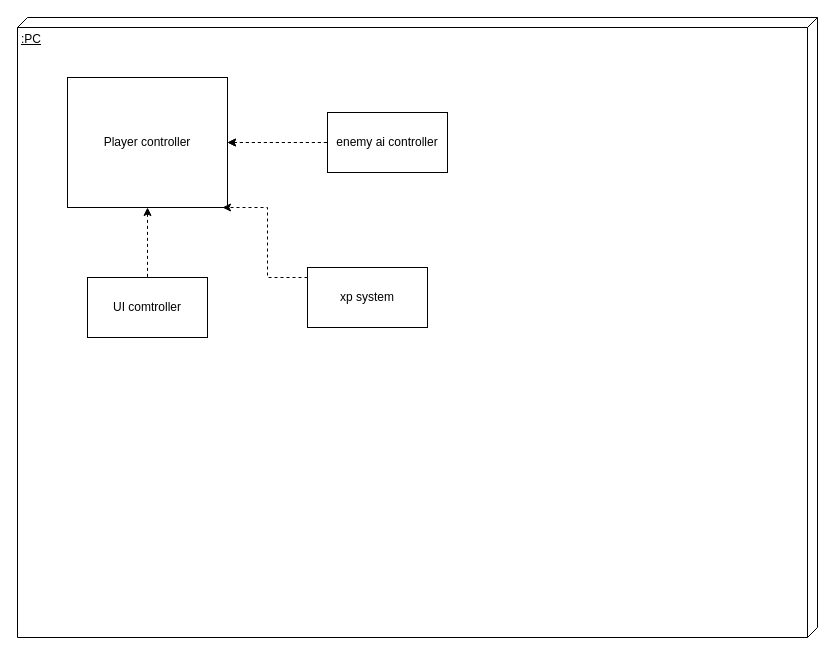
Earlier version of the draw.io diagram Documentation files/deploy diagram real.drawio (Ulibomber1/Middlespace-Survivor). Source tidied: cells renumbered, new cells numbered last; positions are measured from the earlier drawing's top-left corner, leaving out a move shared by most shapes. Both pictures are drawn from the tidied source at 100%, with x=0, y=0 at pixel (17, 17).
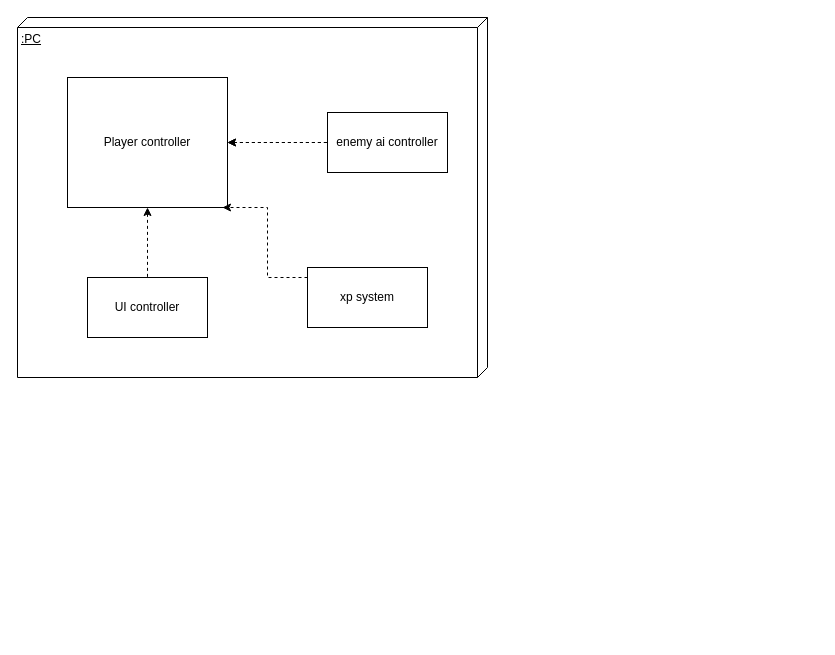
After the change.

What changed in the source:
```diff
@@
 <mxGraphModel>
   <root>
     <mxCell id="0" />
     <mxCell id="1" parent="0" />
     <mxCell id="2" value=":PC" style="verticalAlign=top;align=left;spacingTop=8;spacingLeft=2;spacingRight=12;shape=cube;size=10;direction=south;fontStyle=4;html=1;" parent="1" vertex="1">
-      <mxGeometry width="800" height="620" as="geometry" />
+      <mxGeometry width="470" height="360" as="geometry" />
     </mxCell>
     <mxCell id="3" style="edgeStyle=orthogonalEdgeStyle;rounded=0;jettySize=auto;html=1;startArrow=classic;startFill=1;endArrow=none;endFill=0;dashed=1;" parent="1" edge="1" source="6" target="7">
       <mxGeometry relative="1" as="geometry" />
     </mxCell>
     <mxCell id="4" style="edgeStyle=orthogonalEdgeStyle;rounded=0;jettySize=auto;html=1;dashed=1;startArrow=classic;startFill=1;endArrow=none;endFill=0;" parent="1" edge="1" source="6" target="8">
       <mxGeometry relative="1" as="geometry" />
     </mxCell>
     <mxCell id="5" style="edgeStyle=orthogonalEdgeStyle;rounded=0;jettySize=auto;html=1;dashed=1;startArrow=classic;startFill=1;endArrow=none;endFill=0;" parent="1" edge="1" source="6" target="7">
       <mxGeometry relative="1" as="geometry" />
     </mxCell>
     <mxCell id="6" value="Player controller" style="whiteSpace=wrap;html=1;" parent="1" vertex="1">
       <mxGeometry x="50" y="60" width="160" height="130" as="geometry" />
     </mxCell>
     <mxCell id="7" value="enemy ai controller" style="whiteSpace=wrap;html=1;" parent="1" vertex="1">
       <mxGeometry x="310" y="95" width="120" height="60" as="geometry" />
     </mxCell>
-    <mxCell id="8" value="UI comtroller" style="whiteSpace=wrap;html=1;" parent="1" vertex="1">
+    <mxCell id="8" value="UI controller" style="whiteSpace=wrap;html=1;" parent="1" vertex="1">
       <mxGeometry x="70" y="260" width="120" height="60" as="geometry" />
     </mxCell>
     <mxCell id="9" style="edgeStyle=orthogonalEdgeStyle;rounded=0;jettySize=auto;html=1;dashed=1;startArrow=none;startFill=0;endArrow=classic;endFill=1;" parent="1" edge="1" source="10">
       <mxGeometry relative="1" as="geometry">
         <mxPoint x="205" y="190" as="targetPoint" />
         <Array as="points">
           <mxPoint x="250" y="260" />
           <mxPoint x="250" y="190" />
         </Array>
       </mxGeometry>
     </mxCell>
     <mxCell id="10" value="xp system" style="whiteSpace=wrap;html=1;" parent="1" vertex="1">
       <mxGeometry x="290" y="250" width="120" height="60" as="geometry" />
     </mxCell>
   </root>
 </mxGraphModel>
```
